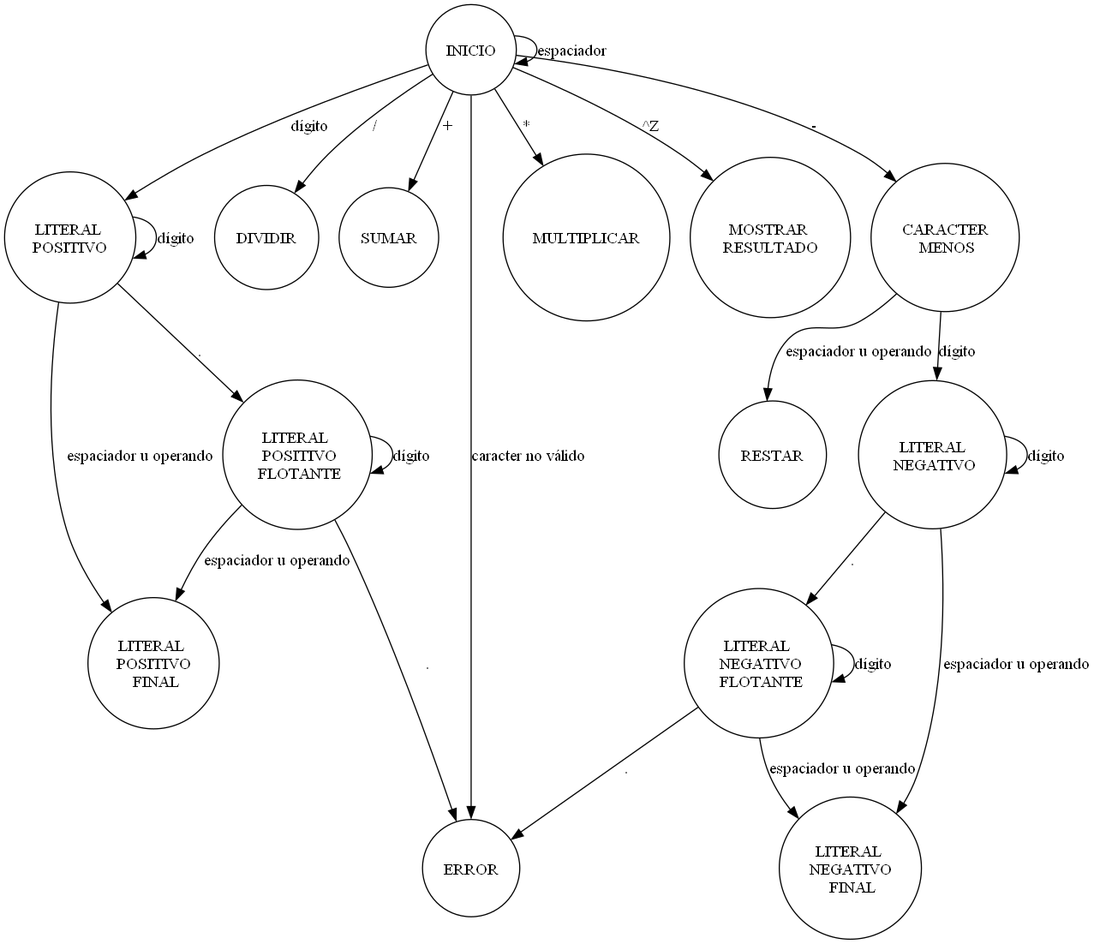
Above: 25-CalculadoraPolaca/Scanner.png in IAristia/SSL (Graphviz), before the change. Its source is kept beside it as 25-CalculadoraPolaca/scanner.gv.
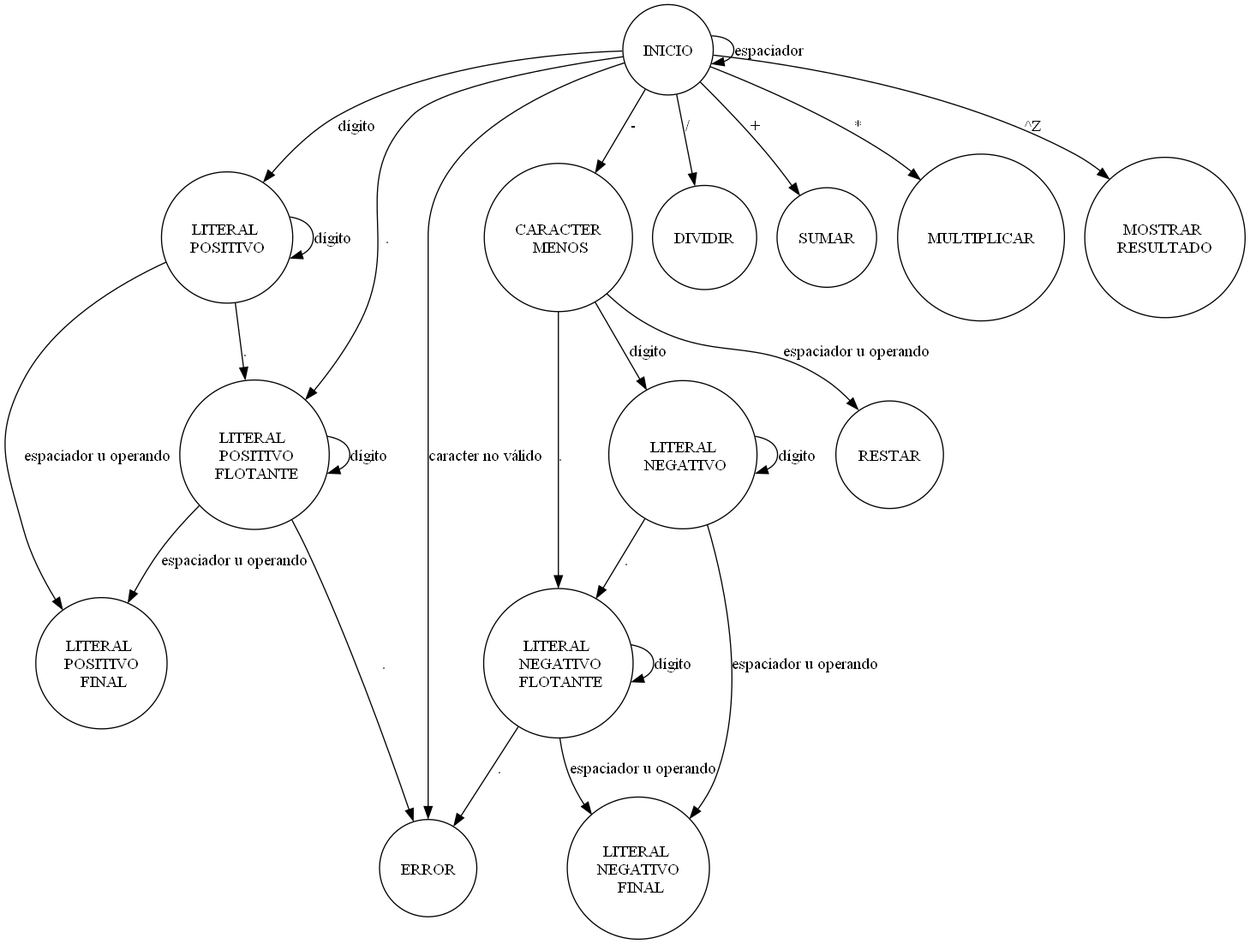
After the change.

Commit message:
Scanner con restricción

What changed in the source:
```diff
@@ -22,6 +22,7 @@
 
     INICIO -> INICIO [label = "espaciador"];
     INICIO -> LITERAL_POSITIVO [label = "dígito"];
+    INICIO -> LITERAL_POSITIVO_FLOTANTE [label = "."];
     LITERAL_POSITIVO -> LITERAL_POSITIVO [label = "dígito"];
     LITERAL_POSITIVO -> LITERAL_POSITIVO_FLOTANTE [label = "."];
     LITERAL_POSITIVO_FLOTANTE -> LITERAL_POSITIVO_FLOTANTE [label = "dígito"];
@@ -32,6 +33,7 @@
     INICIO -> CARACTER_MENOS [label ="-"];
     CARACTER_MENOS -> RESTAR [label ="espaciador u operando"];
     CARACTER_MENOS -> LITERAL_NEGATIVO [label ="dígito"];
+    CARACTER_MENOS -> LITERAL_NEGATIVO_FLOTANTE [label ="."];
     LITERAL_NEGATIVO -> LITERAL_NEGATIVO [label ="dígito"];
     LITERAL_NEGATIVO -> LITERAL_NEGATIVO_FINAL [label ="espaciador u operando"];
     LITERAL_NEGATIVO -> LITERAL_NEGATIVO_FLOTANTE [label ="."];
```
